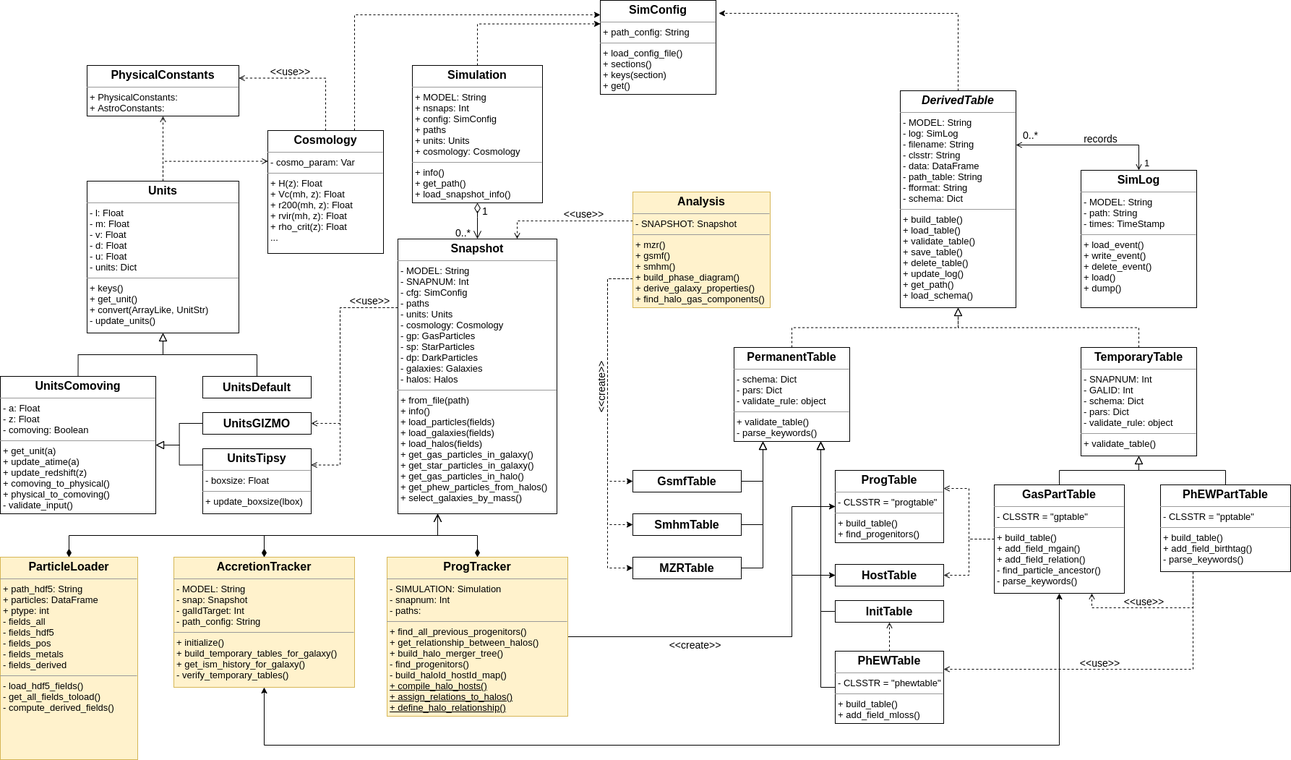
This is man/classdiagram.png from shuiyao/PyGIZMO, a draw.io export, as it was before one commit. Source tidied: cells renumbered, new cells last; positions are measured from the earlier drawing's top-left corner, leaving out a move shared by most shapes.
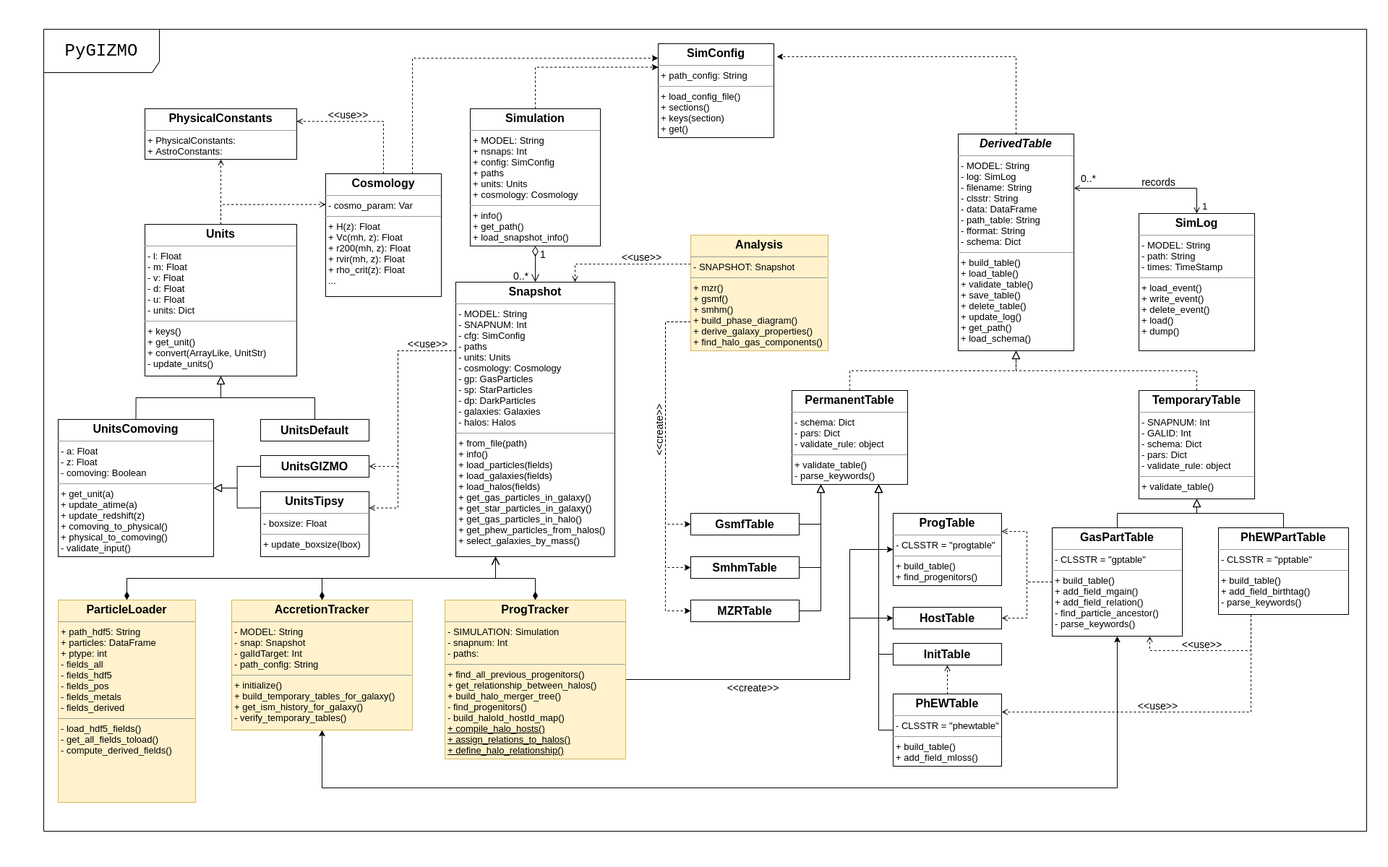
After the change.

Diff of the diagram source:
```diff
@@ -325,5 +325,8 @@
     <mxCell id="81" style="edgeStyle=orthogonalEdgeStyle;rounded=0;orthogonalLoop=1;jettySize=auto;html=1;exitX=0.5;exitY=1;exitDx=0;exitDy=0;dashed=1;startArrow=none;startFill=0;endArrow=open;endFill=0;" parent="1" edge="1" source="52" target="52">
       <mxGeometry relative="1" as="geometry" />
     </mxCell>
+    <mxCell id="82" value="&lt;font style=&quot;font-size: 24px&quot; face=&quot;Courier New&quot;&gt;PyGIZMO&lt;/font&gt;" style="shape=umlFrame;whiteSpace=wrap;html=1;fontSize=13;width=160;height=60;" parent="1" vertex="1">
+      <mxGeometry x="-20" y="-20" width="1830" height="1110" as="geometry" />
+    </mxCell>
   </root>
 </mxGraphModel>
```
